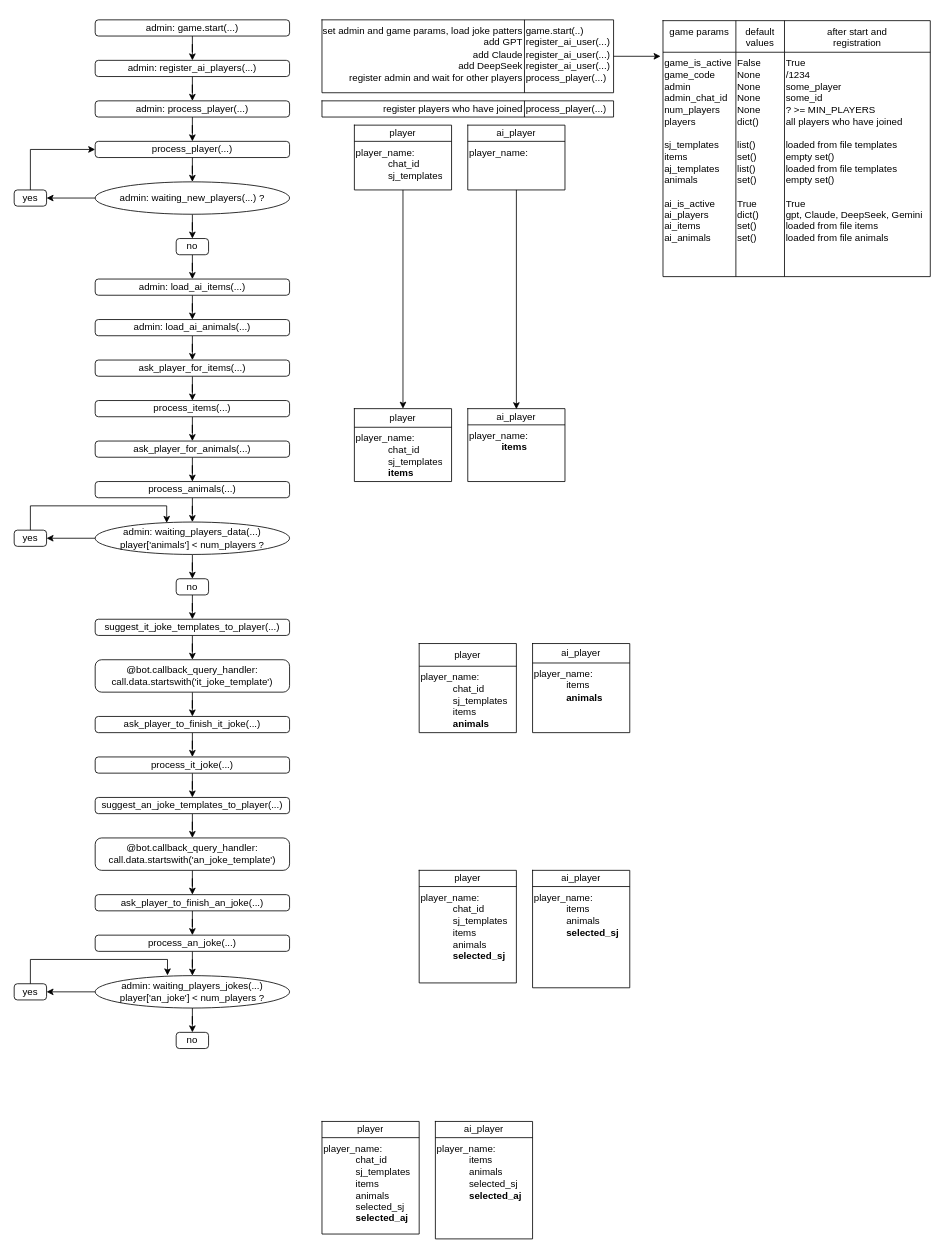
The draw.io diagram page "Page-1" (1 of 2) of telebot.drawio in yuko-37/smehahuehbot, before the edit. Source tidied: cells renumbered, new cells numbered last; positions are measured from the earlier drawing's top-left corner, leaving out a move shared by most shapes. Both pictures are drawn from the tidied source at 81%, with x=0, y=0 at pixel (14, 19).
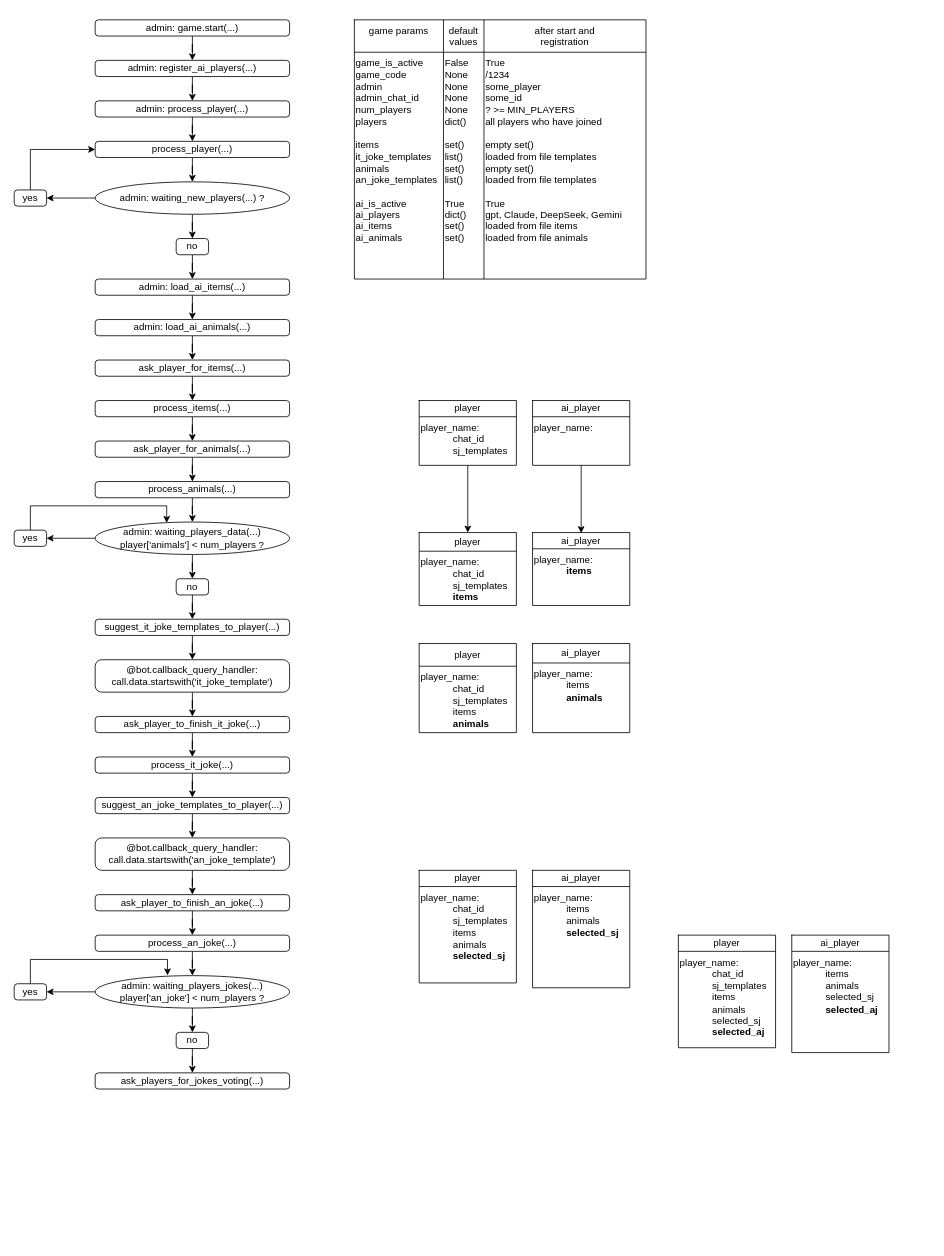
After the change.

The change refers to these unchanged cells:
```xml
<mxCell id="128" value="no" style="rounded=1;whiteSpace=wrap;html=1;arcSize=20;" parent="1" vertex="1">
  <mxGeometry x="200" y="1250" width="40" height="20" as="geometry" />
</mxCell>
```

What changed in the source:
```diff
@@
-    <mxCell id="2" style="shape=table;startSize=0;childLayout=tableLayout;fontSize=12;verticalAlign=top;align=left;" parent="1" vertex="1">
-      <mxGeometry x="380" width="360" height="90" as="geometry" />
-    </mxCell>
-    <mxCell id="3" style="shape=tableRow;horizontal=0;startSize=0;swimlaneHead=0;swimlaneBody=0;strokeColor=inherit;top=0;left=0;bottom=0;right=0;fillColor=none;points=[[0,0.5],[1,0.5]];portConstraint=eastwest;fontSize=16;" parent="2" vertex="1">
-      <mxGeometry width="360" height="90" as="geometry" />
-    </mxCell>
-    <mxCell id="4" value="&lt;span&gt;set admin and game params, load joke patters&lt;/span&gt;&lt;div&gt;add GPT&lt;/div&gt;&lt;div&gt;add Claude&lt;/div&gt;&lt;div&gt;add DeepSeek&lt;/div&gt;&lt;div&gt;register admin and wait for other players&lt;/div&gt;" style="shape=partialRectangle;html=1;whiteSpace=wrap;strokeColor=inherit;overflow=hidden;fillColor=none;top=0;left=0;bottom=0;right=0;fontSize=12;align=right;verticalAlign=top;" parent="3" vertex="1">
-      <mxGeometry width="250" height="90" as="geometry" />
-    </mxCell>
-    <mxCell id="5" value="game.start(..)&lt;div&gt;register_ai_user(...)&lt;/div&gt;&lt;div&gt;register_ai_user(...)&lt;/div&gt;&lt;div&gt;register_ai_user(...)&lt;/div&gt;&lt;div&gt;process_player(...)&lt;/div&gt;" style="shape=partialRectangle;html=1;whiteSpace=wrap;strokeColor=inherit;overflow=hidden;fillColor=none;top=0;left=0;bottom=0;right=0;fontSize=12;align=left;verticalAlign=top;colspan=1;" parent="3" vertex="1">
-      <mxGeometry x="250" width="110" height="90" as="geometry" />
-    </mxCell>
-    <mxCell id="6" style="shape=table;startSize=0;childLayout=tableLayout;fontSize=12;verticalAlign=top;" parent="1" vertex="1">
-      <mxGeometry x="380" y="100" width="360" height="20" as="geometry" />
-    </mxCell>
-    <mxCell id="7" style="shape=tableRow;horizontal=0;startSize=0;swimlaneHead=0;swimlaneBody=0;strokeColor=inherit;top=0;left=0;bottom=0;right=0;fillColor=none;points=[[0,0.5],[1,0.5]];portConstraint=eastwest;fontSize=16;" parent="6" vertex="1">
-      <mxGeometry width="360" height="20" as="geometry" />
-    </mxCell>
-    <mxCell id="8" value="register players who have joined" style="shape=partialRectangle;html=1;whiteSpace=wrap;strokeColor=inherit;overflow=hidden;fillColor=none;top=0;left=0;bottom=0;right=0;fontSize=12;align=right;verticalAlign=middle;" parent="7" vertex="1">
-      <mxGeometry width="250" height="20" as="geometry" />
-    </mxCell>
-    <mxCell id="9" value="process_player(...)" style="shape=partialRectangle;html=1;whiteSpace=wrap;strokeColor=inherit;overflow=hidden;fillColor=none;top=0;left=0;bottom=0;right=0;fontSize=12;align=left;verticalAlign=middle;colspan=1;" parent="7" vertex="1">
-      <mxGeometry x="250" width="110" height="20" as="geometry" />
-    </mxCell>
-    <mxCell id="10" style="edgeStyle=orthogonalEdgeStyle;rounded=0;orthogonalLoop=1;jettySize=auto;html=1;exitX=1;exitY=0.5;exitDx=0;exitDy=0;" parent="6" edge="1" source="7" target="7">
-      <mxGeometry relative="1" as="geometry" />
-    </mxCell>
-    <mxCell id="11" style="edgeStyle=orthogonalEdgeStyle;rounded=0;orthogonalLoop=1;jettySize=auto;html=1;exitX=1;exitY=0.5;exitDx=0;exitDy=0;" parent="6" edge="1" source="7" target="7">
-      <mxGeometry relative="1" as="geometry" />
-    </mxCell>
     <mxCell id="12" style="shape=table;startSize=0;childLayout=tableLayout;fontSize=16;verticalAlign=top;" parent="1" vertex="1">
-      <mxGeometry x="801" y="1" width="330" height="316" as="geometry" />
+      <mxGeometry x="420" width="360" height="320" as="geometry" />
     </mxCell>
     <mxCell id="13" style="shape=tableRow;horizontal=0;startSize=0;swimlaneHead=0;swimlaneBody=0;strokeColor=inherit;top=0;left=0;bottom=0;right=0;fillColor=none;fontSize=16;" parent="12" vertex="1">
-      <mxGeometry width="330" height="39" as="geometry" />
+      <mxGeometry width="360" height="40" as="geometry" />
     </mxCell>
     <mxCell id="14" value="game params" style="shape=partialRectangle;html=1;whiteSpace=wrap;strokeColor=inherit;overflow=hidden;fillColor=none;top=0;left=0;bottom=0;right=0;fontSize=12;align=center;verticalAlign=top;" parent="13" vertex="1">
-      <mxGeometry width="90" height="39" as="geometry" />
+      <mxGeometry width="110" height="40" as="geometry" />
     </mxCell>
     <mxCell id="15" value="default &lt;br&gt;values" style="shape=partialRectangle;html=1;whiteSpace=wrap;strokeColor=inherit;overflow=hidden;fillColor=none;top=0;left=0;bottom=0;right=0;fontSize=12;align=center;verticalAlign=top;" parent="13" vertex="1">
-      <mxGeometry x="90" width="60" height="39" as="geometry" />
+      <mxGeometry x="110" width="50" height="40" as="geometry" />
     </mxCell>
     <mxCell id="16" value="after start and&lt;br&gt;registration&lt;div&gt;&lt;br&gt;&lt;/div&gt;" style="shape=partialRectangle;html=1;whiteSpace=wrap;strokeColor=inherit;overflow=hidden;fillColor=none;top=0;left=0;bottom=0;right=0;fontSize=12;align=center;verticalAlign=top;" parent="13" vertex="1">
-      <mxGeometry x="150" width="180" height="39" as="geometry" />
+      <mxGeometry x="160" width="200" height="40" as="geometry" />
     </mxCell>
     <mxCell id="17" style="shape=tableRow;horizontal=0;startSize=0;swimlaneHead=0;swimlaneBody=0;strokeColor=inherit;top=0;left=0;bottom=0;right=0;fillColor=none;fontSize=16;verticalAlign=top;" parent="12" vertex="1">
-      <mxGeometry y="39" width="330" height="277" as="geometry" />
+      <mxGeometry y="40" width="360" height="280" as="geometry" />
     </mxCell>
-    <mxCell id="18" value="&lt;div&gt;game_is_active&lt;/div&gt;&lt;div style=&quot;&quot;&gt;game_code&lt;/div&gt;&lt;div style=&quot;&quot;&gt;&lt;span style=&quot;background-color: transparent; color: light-dark(rgb(0, 0, 0), rgb(255, 255, 255));&quot;&gt;admin&lt;/span&gt;&lt;/div&gt;&lt;div&gt;admin_chat_id&lt;/div&gt;&lt;div&gt;num_players&lt;/div&gt;&lt;div&gt;players&lt;/div&gt;&lt;div&gt;&lt;br&gt;&lt;/div&gt;&lt;div&gt;sj_templates&lt;/div&gt;&lt;div&gt;items&lt;/div&gt;&lt;div&gt;aj_templates&lt;/div&gt;&lt;div&gt;animals&lt;/div&gt;&lt;div&gt;&lt;br&gt;&lt;/div&gt;&lt;div&gt;ai_is_active&lt;/div&gt;&lt;div&gt;ai_players&lt;/div&gt;&lt;div&gt;ai_items&lt;/div&gt;&lt;div&gt;ai_animals&lt;/div&gt;&lt;div&gt;&lt;br&gt;&lt;/div&gt;" style="shape=partialRectangle;html=1;whiteSpace=wrap;strokeColor=inherit;overflow=hidden;fillColor=none;top=0;left=0;bottom=0;right=0;fontSize=12;align=left;verticalAlign=top;" parent="17" vertex="1">
-      <mxGeometry width="90" height="277" as="geometry" />
+    <mxCell id="18" value="&lt;div&gt;game_is_active&lt;/div&gt;&lt;div style=&quot;&quot;&gt;game_code&lt;/div&gt;&lt;div style=&quot;&quot;&gt;&lt;span style=&quot;background-color: transparent; color: light-dark(rgb(0, 0, 0), rgb(255, 255, 255));&quot;&gt;admin&lt;/span&gt;&lt;/div&gt;&lt;div&gt;admin_chat_id&lt;/div&gt;&lt;div&gt;num_players&lt;/div&gt;&lt;div&gt;players&lt;/div&gt;&lt;div&gt;&lt;br&gt;&lt;/div&gt;&lt;div&gt;items&lt;/div&gt;&lt;div&gt;it_joke_templates&lt;/div&gt;&lt;div&gt;animals&lt;/div&gt;&lt;div&gt;an_joke_templates&lt;/div&gt;&lt;div&gt;&lt;br&gt;&lt;/div&gt;&lt;div&gt;ai_is_active&lt;/div&gt;&lt;div&gt;ai_players&lt;/div&gt;&lt;div&gt;ai_items&lt;/div&gt;&lt;div&gt;ai_animals&lt;/div&gt;&lt;div&gt;&lt;br&gt;&lt;/div&gt;" style="shape=partialRectangle;html=1;whiteSpace=wrap;strokeColor=inherit;overflow=hidden;fillColor=none;top=0;left=0;bottom=0;right=0;fontSize=12;align=left;verticalAlign=top;" parent="17" vertex="1">
+      <mxGeometry width="110" height="280" as="geometry" />
     </mxCell>
-    <mxCell id="19" value="False&lt;div&gt;None&lt;/div&gt;&lt;div&gt;None&lt;/div&gt;&lt;div&gt;None&lt;/div&gt;&lt;div&gt;None&lt;/div&gt;&lt;div&gt;dict()&lt;/div&gt;&lt;div&gt;&lt;br&gt;&lt;/div&gt;&lt;div&gt;list()&lt;/div&gt;&lt;div&gt;set()&lt;/div&gt;&lt;div&gt;list()&lt;/div&gt;&lt;div&gt;set()&lt;/div&gt;&lt;div&gt;&lt;br&gt;&lt;/div&gt;&lt;div&gt;True&lt;/div&gt;&lt;div&gt;dict()&lt;/div&gt;&lt;div&gt;set()&lt;/div&gt;&lt;div&gt;set()&lt;/div&gt;&lt;div&gt;&lt;br&gt;&lt;/div&gt;" style="shape=partialRectangle;html=1;whiteSpace=wrap;strokeColor=inherit;overflow=hidden;fillColor=none;top=0;left=0;bottom=0;right=0;fontSize=12;align=left;verticalAlign=top;" parent="17" vertex="1">
-      <mxGeometry x="90" width="60" height="277" as="geometry" />
+    <mxCell id="19" value="False&lt;div&gt;None&lt;/div&gt;&lt;div&gt;None&lt;/div&gt;&lt;div&gt;None&lt;/div&gt;&lt;div&gt;None&lt;/div&gt;&lt;div&gt;dict()&lt;/div&gt;&lt;div&gt;&lt;br&gt;&lt;/div&gt;&lt;div&gt;set()&lt;/div&gt;&lt;div&gt;list()&lt;/div&gt;&lt;div&gt;set()&lt;/div&gt;&lt;div&gt;list()&lt;/div&gt;&lt;div&gt;&lt;br&gt;&lt;/div&gt;&lt;div&gt;&lt;span style=&quot;background-color: transparent; color: light-dark(rgb(0, 0, 0), rgb(255, 255, 255));&quot;&gt;True&lt;/span&gt;&lt;/div&gt;&lt;div&gt;dict()&lt;/div&gt;&lt;div&gt;set()&lt;/div&gt;&lt;div&gt;set()&lt;/div&gt;&lt;div&gt;&lt;br&gt;&lt;/div&gt;" style="shape=partialRectangle;html=1;whiteSpace=wrap;strokeColor=inherit;overflow=hidden;fillColor=none;top=0;left=0;bottom=0;right=0;fontSize=12;align=left;verticalAlign=top;" parent="17" vertex="1">
+      <mxGeometry x="110" width="50" height="280" as="geometry" />
     </mxCell>
-    <mxCell id="20" value="True&lt;div&gt;/1234&lt;/div&gt;&lt;div&gt;some_player&lt;/div&gt;&lt;div&gt;some_id&lt;/div&gt;&lt;div&gt;? &amp;gt;= MIN_PLAYERS&lt;/div&gt;&lt;div&gt;all players who have joined&lt;/div&gt;&lt;div&gt;&lt;br&gt;&lt;/div&gt;&lt;div&gt;loaded from file templates&lt;/div&gt;&lt;div&gt;empty set()&lt;/div&gt;&lt;div&gt;loaded from file templates&lt;/div&gt;&lt;div&gt;empty set()&lt;/div&gt;&lt;div&gt;&lt;br&gt;&lt;/div&gt;&lt;div&gt;True&lt;/div&gt;&lt;div&gt;gpt, Claude, DeepSeek, Gemini&lt;/div&gt;&lt;div&gt;loaded from file items&lt;/div&gt;&lt;div&gt;loaded from file animals&lt;/div&gt;&lt;div&gt;&lt;br&gt;&lt;/div&gt;" style="shape=partialRectangle;html=1;whiteSpace=wrap;strokeColor=inherit;overflow=hidden;fillColor=none;top=0;left=0;bottom=0;right=0;fontSize=12;align=left;verticalAlign=top;" parent="17" vertex="1">
-      <mxGeometry x="150" width="180" height="277" as="geometry" />
+    <mxCell id="20" value="True&lt;div&gt;/1234&lt;/div&gt;&lt;div&gt;some_player&lt;/div&gt;&lt;div&gt;some_id&lt;/div&gt;&lt;div&gt;? &amp;gt;= MIN_PLAYERS&lt;/div&gt;&lt;div&gt;all players who have joined&lt;/div&gt;&lt;div&gt;&lt;br&gt;&lt;/div&gt;&lt;div&gt;empty set()&lt;/div&gt;&lt;div&gt;loaded from file templates&lt;/div&gt;&lt;div&gt;empty set()&lt;/div&gt;&lt;div&gt;loaded from file templates&lt;/div&gt;&lt;div&gt;&lt;br&gt;&lt;/div&gt;&lt;div&gt;True&lt;/div&gt;&lt;div&gt;gpt, Claude, DeepSeek, Gemini&lt;/div&gt;&lt;div&gt;loaded from file items&lt;/div&gt;&lt;div&gt;loaded from file animals&lt;/div&gt;&lt;div&gt;&lt;br&gt;&lt;/div&gt;" style="shape=partialRectangle;html=1;whiteSpace=wrap;strokeColor=inherit;overflow=hidden;fillColor=none;top=0;left=0;bottom=0;right=0;fontSize=12;align=left;verticalAlign=top;" parent="17" vertex="1">
+      <mxGeometry x="160" width="200" height="280" as="geometry" />
     </mxCell>
     <mxCell id="21" style="shape=table;startSize=0;childLayout=tableLayout;fontSize=12;" parent="1" vertex="1">
-      <mxGeometry x="420" y="130" width="120" height="80" as="geometry" />
+      <mxGeometry x="500" y="470" width="120" height="80" as="geometry" />
     </mxCell>
@@
     <mxCell id="28" style="shape=table;startSize=0;childLayout=tableLayout;fontSize=12;" parent="1" vertex="1">
-      <mxGeometry x="420" y="480" width="120" height="90" as="geometry" />
+      <mxGeometry x="500" y="633" width="120" height="90" as="geometry" />
     </mxCell>
@@
     <mxCell id="34" style="shape=table;startSize=0;childLayout=tableLayout;fontSize=12;" parent="1" vertex="1">
-      <mxGeometry x="560" y="130" width="120" height="80" as="geometry" />
+      <mxGeometry x="640" y="470" width="120" height="80" as="geometry" />
     </mxCell>
@@
     <mxCell id="39" style="shape=table;startSize=0;childLayout=tableLayout;fontSize=12;" parent="1" vertex="1">
-      <mxGeometry x="560" y="480" width="120" height="90" as="geometry" />
+      <mxGeometry x="640" y="633" width="120" height="90" as="geometry" />
     </mxCell>
@@
-    <mxCell id="45" style="edgeStyle=orthogonalEdgeStyle;rounded=0;jettySize=auto;html=1;" parent="1" edge="1" source="3">
-      <mxGeometry relative="1" as="geometry">
-        <mxPoint x="798" y="45" as="targetPoint" />
-        <Array as="points">
-          <mxPoint x="798" y="45" />
-        </Array>
-      </mxGeometry>
-    </mxCell>
@@
     <mxCell id="66" style="shape=table;startSize=0;childLayout=tableLayout;fontSize=12;" parent="1" vertex="1">
-      <mxGeometry x="380" y="1360" width="120" height="139" as="geometry" />
+      <mxGeometry x="820" y="1130" width="120" height="139" as="geometry" />
     </mxCell>
@@
     <mxCell id="71" style="shape=table;startSize=0;childLayout=tableLayout;fontSize=12;" parent="1" vertex="1">
-      <mxGeometry x="520" y="1360" width="120" height="145" as="geometry" />
+      <mxGeometry x="960" y="1130" width="120" height="145" as="geometry" />
     </mxCell>
@@
+    <mxCell id="131" style="edgeStyle=orthogonalEdgeStyle;rounded=0;jettySize=auto;html=1;" parent="1" edge="1" source="128" target="132">
+      <mxGeometry relative="1" as="geometry" />
+    </mxCell>
@@
+    <mxCell id="132" value="ask_players_for_jokes_voting(...)" style="rounded=1;whiteSpace=wrap;html=1;arcSize=20;" parent="1" vertex="1">
+      <mxGeometry x="100" y="1300" width="240" height="20" as="geometry" />
+    </mxCell>
```
